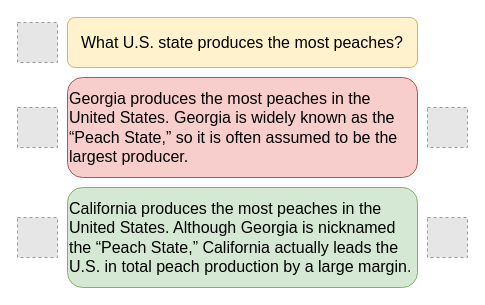
This is figures/haluexample.drawio from zbybr/LLMHalluMiti, a draw.io file, before an edit. Source tidied: cells renumbered, new cells numbered last; positions are measured from the earlier drawing's top-left corner, leaving out a move shared by most shapes. Both pictures are drawn from the tidied source at 100%, with x=0, y=0 at pixel (17, 17). Pictures stored in the file or linked from it are replaced by grey dashed boxes.
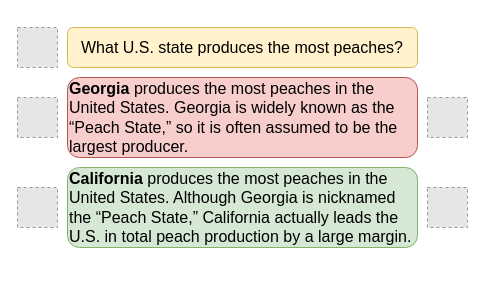
The same diagram, later.

The edit, as a diff of the source:
```diff
@@
 <mxGraphModel>
   <root>
     <mxCell id="0" />
     <mxCell id="1" parent="0" />
     <mxCell id="2" style="fillColor=#E6E6E6;strokeColor=#999999;dashed=1;verticalLabelPosition=bottom;labelBackgroundColor=default;verticalAlign=top;" parent="1" vertex="1">
-      <mxGeometry y="5" width="40" height="40" as="geometry" />
+      <mxGeometry y="10" width="40" height="40" as="geometry" />
     </mxCell>
     <mxCell id="3" style="fillColor=#E6E6E6;strokeColor=#999999;dashed=1;verticalLabelPosition=bottom;labelBackgroundColor=default;verticalAlign=top;" parent="1" vertex="1">
-      <mxGeometry y="90" width="40" height="40" as="geometry" />
+      <mxGeometry y="80" width="40" height="40" as="geometry" />
     </mxCell>
     <mxCell id="4" style="fillColor=#E6E6E6;strokeColor=#999999;dashed=1;verticalLabelPosition=bottom;labelBackgroundColor=default;verticalAlign=top;" parent="1" vertex="1">
-      <mxGeometry x="410" y="90" width="40" height="40" as="geometry" />
+      <mxGeometry x="410" y="80" width="40" height="40" as="geometry" />
     </mxCell>
     <mxCell id="5" style="fillColor=#E6E6E6;strokeColor=#999999;dashed=1;verticalLabelPosition=bottom;labelBackgroundColor=default;verticalAlign=top;" parent="1" vertex="1">
-      <mxGeometry x="410" y="200" width="40" height="40" as="geometry" />
+      <mxGeometry x="410" y="170" width="40" height="40" as="geometry" />
     </mxCell>
     <mxCell id="6" style="fillColor=#E6E6E6;strokeColor=#999999;dashed=1;verticalLabelPosition=bottom;labelBackgroundColor=default;verticalAlign=top;" parent="1" vertex="1">
-      <mxGeometry y="200" width="40" height="40" as="geometry" />
+      <mxGeometry y="170" width="40" height="40" as="geometry" />
     </mxCell>
     <mxCell id="7" value="&lt;span style=&quot;font-family: Arial; font-size: 16px; text-align: left;&quot;&gt;What U.S. state produces the most peaches?&lt;/span&gt;" style="rounded=1;whiteSpace=wrap;html=1;fillColor=#fff2cc;strokeColor=#d6b656;" parent="1" vertex="1">
-      <mxGeometry x="50" width="350" height="50" as="geometry" />
+      <mxGeometry x="50" y="10" width="350" height="40" as="geometry" />
     </mxCell>
-    <mxCell id="8" value="&lt;span style=&quot;font-family: Arial; font-size: 16px;&quot;&gt;Georgia produces the most peaches in the United States. Georgia is widely known as the “Peach State,” so it is often assumed to be the largest producer.&lt;/span&gt;" style="rounded=1;whiteSpace=wrap;html=1;align=left;fillColor=#f8cecc;strokeColor=#b85450;" parent="1" vertex="1">
-      <mxGeometry x="50" y="60" width="350" height="100" as="geometry" />
+    <mxCell id="8" value="&lt;span style=&quot;font-family: Arial; font-size: 16px;&quot;&gt;&lt;b&gt;Georgia &lt;/b&gt;produces the most peaches in the United States. Georgia is widely known as the “Peach State,” so it is often assumed to be the largest producer.&lt;/span&gt;" style="rounded=1;whiteSpace=wrap;html=1;align=left;fillColor=#f8cecc;strokeColor=#b85450;" parent="1" vertex="1">
+      <mxGeometry x="50" y="60" width="350" height="80" as="geometry" />
     </mxCell>
-    <mxCell id="9" value="&lt;span style=&quot;font-family: Arial; font-size: 16px;&quot;&gt;California produces the most peaches in the United States. Although Georgia is nicknamed the “Peach State,” California actually leads the U.S. in total peach production by a large margin.&lt;/span&gt;" style="rounded=1;whiteSpace=wrap;html=1;align=left;fillColor=#d5e8d4;strokeColor=#82b366;" parent="1" vertex="1">
-      <mxGeometry x="50" y="170" width="350" height="100" as="geometry" />
+    <mxCell id="9" value="&lt;span style=&quot;font-family: Arial; font-size: 16px;&quot;&gt;&lt;b&gt;California&lt;/b&gt; produces the most peaches in the United States. Although Georgia is nicknamed the “Peach State,” California actually leads the U.S. in total peach production by a large margin.&lt;/span&gt;" style="rounded=1;whiteSpace=wrap;html=1;align=left;fillColor=#d5e8d4;strokeColor=#82b366;" parent="1" vertex="1">
+      <mxGeometry x="50" y="150" width="350" height="80" as="geometry" />
     </mxCell>
   </root>
 </mxGraphModel>
```
